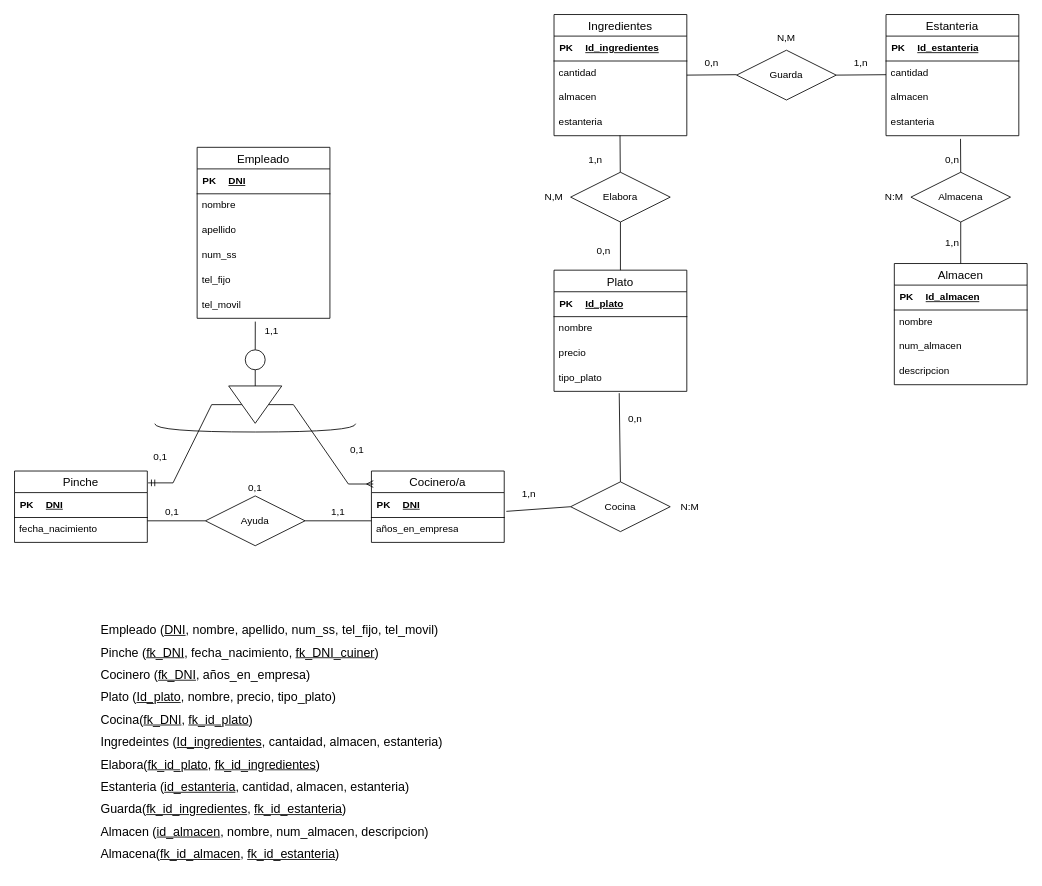
The draw.io diagram Ejercicio13.drawio in Daninuro/diagrames-cvf-dn-mpl-n-11102023, before the edit. Source tidied: cells renumbered, new cells numbered last; positions are measured from the earlier drawing's top-left corner, leaving out a move shared by most shapes. Both pictures are drawn from the tidied source at 83%, with x=0, y=0 at pixel (14, 14).
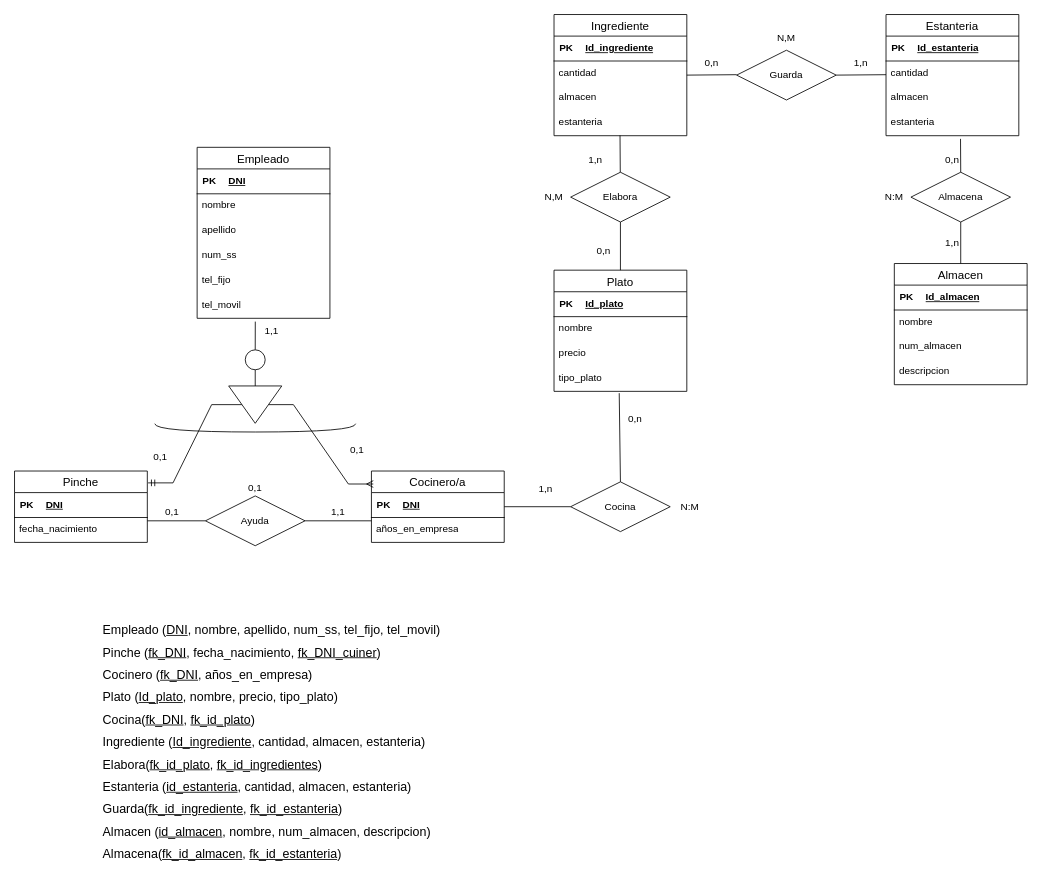
The same diagram, later.

The change refers to these unchanged cells:
```xml
<mxCell id="12" value="Cocinero/a" style="swimlane;fontStyle=0;horizontal=1;startSize=26;align=center;fontSize=14;" parent="1" vertex="1">
  <mxGeometry x="430" y="550" width="160" height="86" as="geometry" />
</mxCell>
<mxCell id="14" style="shape=tableRow;horizontal=0;startSize=0;swimlaneHead=0;swimlaneBody=0;fillColor=none;points=[[0,0.5],[1,0.5]];portConstraint=eastwest;top=0;left=0;right=0;bottom=1;" parent="13" vertex="1">
  <mxGeometry width="160" height="30" as="geometry" />
</mxCell>
<mxCell id="34" style="shape=tableRow;horizontal=0;startSize=0;swimlaneHead=0;swimlaneBody=0;fillColor=none;top=0;left=0;right=0;bottom=1;" parent="33" vertex="1">
  <mxGeometry width="160" height="30" as="geometry" />
</mxCell>
<mxCell id="67" value="Cocina" style="shape=rhombus;perimeter=rhombusPerimeter;whiteSpace=wrap;html=1;align=center;" parent="1" vertex="1">
  <mxGeometry x="670" y="563" width="120" height="60" as="geometry" />
</mxCell>
```

Change to the diagram source:
```diff
@@
-    <mxCell id="32" value="Ingredientes" style="swimlane;fontStyle=0;horizontal=1;startSize=26;align=center;fontSize=14;" parent="1" vertex="1">
+    <mxCell id="32" value="Ingrediente" style="swimlane;fontStyle=0;horizontal=1;startSize=26;align=center;fontSize=14;" parent="1" vertex="1">
       <mxGeometry x="650" width="160" height="146" as="geometry" />
     </mxCell>
@@
-    <mxCell id="36" value="Id_ingredientes" style="shape=partialRectangle;fillColor=none;top=0;left=0;bottom=0;right=0;align=left;spacingLeft=6;fontStyle=5;overflow=hidden;whiteSpace=wrap;html=1;" parent="34" vertex="1">
+    <mxCell id="36" value="Id_ingrediente" style="shape=partialRectangle;fillColor=none;top=0;left=0;bottom=0;right=0;align=left;spacingLeft=6;fontStyle=5;overflow=hidden;whiteSpace=wrap;html=1;" parent="34" vertex="1">
       <mxGeometry x="30" width="130" height="30" as="geometry" />
     </mxCell>
@@
     <mxCell id="68" value="1,n" style="text;html=1;strokeColor=none;fillColor=none;align=center;verticalAlign=middle;whiteSpace=wrap;rounded=0;" parent="1" vertex="1">
-      <mxGeometry x="590" y="563" width="60" height="30" as="geometry" />
+      <mxGeometry x="610" y="557" width="60" height="30" as="geometry" />
     </mxCell>
@@
-    <mxCell id="90" style="endArrow=none;html=1;rounded=0;entryX=1.016;entryY=0.753;entryDx=0;entryDy=0;exitX=0;exitY=0.5;exitDx=0;exitDy=0;entryPerimeter=0;" parent="1" edge="1" source="67" target="14">
+    <mxCell id="90" style="endArrow=none;html=1;rounded=0;entryX=1;entryY=0.5;entryDx=0;entryDy=0;exitX=0;exitY=0.5;exitDx=0;exitDy=0;" parent="1" edge="1" source="67" target="12">
       <mxGeometry relative="1" as="geometry" />
     </mxCell>
@@
-    <mxCell id="92" value="&lt;div style=&quot;text-align: justify; line-height: 180%; font-size: 15px;&quot;&gt;&lt;span style=&quot;background-color: initial;&quot;&gt;&lt;font style=&quot;font-size: 15px;&quot;&gt;Empleado (&lt;u style=&quot;&quot;&gt;DNI&lt;/u&gt;, nombre, apellido, num_ss, tel_fijo, tel_movil)&lt;/font&gt;&lt;/span&gt;&lt;/div&gt;&lt;div style=&quot;text-align: justify; line-height: 180%; font-size: 15px;&quot;&gt;&lt;span style=&quot;background-color: initial;&quot;&gt;&lt;font style=&quot;font-size: 15px;&quot;&gt;Pinche (&lt;u&gt;fk_DNI&lt;/u&gt;, fecha_nacimiento, &lt;u&gt;fk_DNI_cuiner&lt;/u&gt;)&lt;/font&gt;&lt;/span&gt;&lt;/div&gt;&lt;div style=&quot;text-align: justify; line-height: 180%; font-size: 15px;&quot;&gt;&lt;span style=&quot;background-color: initial;&quot;&gt;&lt;font style=&quot;font-size: 15px;&quot;&gt;Cocinero (&lt;u&gt;fk_DNI&lt;/u&gt;, años_en_empresa)&lt;/font&gt;&lt;/span&gt;&lt;/div&gt;&lt;div style=&quot;text-align: justify; line-height: 180%; font-size: 15px;&quot;&gt;&lt;span style=&quot;background-color: initial;&quot;&gt;&lt;font style=&quot;font-size: 15px;&quot;&gt;Plato (&lt;u&gt;Id_plato&lt;/u&gt;, nombre, precio, tipo_plato)&lt;/font&gt;&lt;/span&gt;&lt;/div&gt;&lt;div style=&quot;text-align: justify; line-height: 180%; font-size: 15px;&quot;&gt;&lt;font style=&quot;font-size: 15px;&quot;&gt;Cocina(&lt;u style=&quot;border-color: var(--border-color);&quot;&gt;fk_DNI&lt;/u&gt;,&amp;nbsp;&lt;u style=&quot;border-color: var(--border-color);&quot;&gt;fk_id_plato&lt;/u&gt;)&lt;/font&gt;&lt;/div&gt;&lt;div style=&quot;text-align: justify; line-height: 180%; font-size: 15px;&quot;&gt;&lt;span style=&quot;background-color: initial;&quot;&gt;&lt;font style=&quot;font-size: 15px;&quot;&gt;Ingredeintes (&lt;u&gt;Id_ingredientes&lt;/u&gt;, cantaidad, almacen, estanteria)&lt;/font&gt;&lt;/span&gt;&lt;/div&gt;&lt;div style=&quot;text-align: justify; line-height: 180%; font-size: 15px;&quot;&gt;&lt;font style=&quot;font-size: 15px;&quot;&gt;Elabora(&lt;u&gt;fk_id_plato&lt;/u&gt;, &lt;u&gt;fk_id_ingredientes&lt;/u&gt;)&lt;span style=&quot;background-color: initial;&quot;&gt;&lt;font style=&quot;font-size: 15px;&quot;&gt;&lt;br&gt;&lt;/font&gt;&lt;/span&gt;&lt;/font&gt;&lt;/div&gt;&lt;div style=&quot;text-align: justify; line-height: 180%; font-size: 15px;&quot;&gt;&lt;span style=&quot;background-color: initial;&quot;&gt;&lt;font style=&quot;font-size: 15px;&quot;&gt;Estanteria (&lt;u&gt;id_estanteria&lt;/u&gt;, cantidad, almacen, estanteria)&lt;/font&gt;&lt;/span&gt;&lt;/div&gt;&lt;div style=&quot;text-align: justify; line-height: 180%; font-size: 15px;&quot;&gt;&lt;span style=&quot;background-color: initial;&quot;&gt;&lt;font style=&quot;font-size: 15px;&quot;&gt;Guarda(&lt;u&gt;fk_id_ingredientes&lt;/u&gt;, &lt;u&gt;fk_id_estanteria&lt;/u&gt;)&lt;/font&gt;&lt;/span&gt;&lt;/div&gt;&lt;div style=&quot;text-align: justify; line-height: 180%; font-size: 15px;&quot;&gt;&lt;span style=&quot;background-color: initial;&quot;&gt;&lt;font style=&quot;font-size: 15px;&quot;&gt;Almacen (&lt;u&gt;id_almacen&lt;/u&gt;, nombre, num_almacen, descripcion)&lt;/font&gt;&lt;/span&gt;&lt;/div&gt;&lt;div style=&quot;text-align: justify; line-height: 180%; font-size: 15px;&quot;&gt;&lt;span style=&quot;background-color: initial;&quot;&gt;&lt;font style=&quot;font-size: 15px;&quot;&gt;Almacena(&lt;u style=&quot;&quot;&gt;fk_id_almacen&lt;/u&gt;, &lt;u style=&quot;&quot;&gt;fk_id_estanteria&lt;/u&gt;)&lt;/font&gt;&lt;/span&gt;&lt;/div&gt;" style="text;html=1;strokeColor=none;fillColor=none;align=center;verticalAlign=middle;whiteSpace=wrap;rounded=0;" parent="1" vertex="1">
+    <mxCell id="92" value="&lt;div style=&quot;text-align: justify; line-height: 180%; font-size: 15px;&quot;&gt;&lt;span style=&quot;background-color: initial;&quot;&gt;&lt;font style=&quot;font-size: 15px;&quot;&gt;Empleado (&lt;u style=&quot;&quot;&gt;DNI&lt;/u&gt;, nombre, apellido, num_ss, tel_fijo, tel_movil)&lt;/font&gt;&lt;/span&gt;&lt;/div&gt;&lt;div style=&quot;text-align: justify; line-height: 180%; font-size: 15px;&quot;&gt;&lt;span style=&quot;background-color: initial;&quot;&gt;&lt;font style=&quot;font-size: 15px;&quot;&gt;Pinche (&lt;u&gt;fk_DNI&lt;/u&gt;, fecha_nacimiento, &lt;u&gt;fk_DNI_cuiner&lt;/u&gt;)&lt;/font&gt;&lt;/span&gt;&lt;/div&gt;&lt;div style=&quot;text-align: justify; line-height: 180%; font-size: 15px;&quot;&gt;&lt;span style=&quot;background-color: initial;&quot;&gt;&lt;font style=&quot;font-size: 15px;&quot;&gt;Cocinero (&lt;u&gt;fk_DNI&lt;/u&gt;, años_en_empresa)&lt;/font&gt;&lt;/span&gt;&lt;/div&gt;&lt;div style=&quot;text-align: justify; line-height: 180%; font-size: 15px;&quot;&gt;&lt;span style=&quot;background-color: initial;&quot;&gt;&lt;font style=&quot;font-size: 15px;&quot;&gt;Plato (&lt;u&gt;Id_plato&lt;/u&gt;, nombre, precio, tipo_plato)&lt;/font&gt;&lt;/span&gt;&lt;/div&gt;&lt;div style=&quot;text-align: justify; line-height: 180%; font-size: 15px;&quot;&gt;&lt;font style=&quot;font-size: 15px;&quot;&gt;Cocina(&lt;u style=&quot;border-color: var(--border-color);&quot;&gt;fk_DNI&lt;/u&gt;,&amp;nbsp;&lt;u style=&quot;border-color: var(--border-color);&quot;&gt;fk_id_plato&lt;/u&gt;)&lt;/font&gt;&lt;/div&gt;&lt;div style=&quot;text-align: justify; line-height: 180%; font-size: 15px;&quot;&gt;&lt;span style=&quot;background-color: initial;&quot;&gt;&lt;font style=&quot;font-size: 15px;&quot;&gt;Ingrediente (&lt;u&gt;Id_ingrediente&lt;/u&gt;, cantidad, almacen, estanteria)&lt;/font&gt;&lt;/span&gt;&lt;/div&gt;&lt;div style=&quot;text-align: justify; line-height: 180%; font-size: 15px;&quot;&gt;&lt;font style=&quot;font-size: 15px;&quot;&gt;Elabora(&lt;u&gt;fk_id_plato&lt;/u&gt;, &lt;u&gt;fk_id_ingredientes&lt;/u&gt;)&lt;span style=&quot;background-color: initial;&quot;&gt;&lt;font style=&quot;font-size: 15px;&quot;&gt;&lt;br&gt;&lt;/font&gt;&lt;/span&gt;&lt;/font&gt;&lt;/div&gt;&lt;div style=&quot;text-align: justify; line-height: 180%; font-size: 15px;&quot;&gt;&lt;span style=&quot;background-color: initial;&quot;&gt;&lt;font style=&quot;font-size: 15px;&quot;&gt;Estanteria (&lt;u&gt;id_estanteria&lt;/u&gt;, cantidad, almacen, estanteria)&lt;/font&gt;&lt;/span&gt;&lt;/div&gt;&lt;div style=&quot;text-align: justify; line-height: 180%; font-size: 15px;&quot;&gt;&lt;span style=&quot;background-color: initial;&quot;&gt;&lt;font style=&quot;font-size: 15px;&quot;&gt;Guarda(&lt;u&gt;fk_id_ingrediente&lt;/u&gt;, &lt;u&gt;fk_id_estanteria&lt;/u&gt;)&lt;/font&gt;&lt;/span&gt;&lt;/div&gt;&lt;div style=&quot;text-align: justify; line-height: 180%; font-size: 15px;&quot;&gt;&lt;span style=&quot;background-color: initial;&quot;&gt;&lt;font style=&quot;font-size: 15px;&quot;&gt;Almacen (&lt;u&gt;id_almacen&lt;/u&gt;, nombre, num_almacen, descripcion)&lt;/font&gt;&lt;/span&gt;&lt;/div&gt;&lt;div style=&quot;text-align: justify; line-height: 180%; font-size: 15px;&quot;&gt;&lt;span style=&quot;background-color: initial;&quot;&gt;&lt;font style=&quot;font-size: 15px;&quot;&gt;Almacena(&lt;u style=&quot;&quot;&gt;fk_id_almacen&lt;/u&gt;, &lt;u style=&quot;&quot;&gt;fk_id_estanteria&lt;/u&gt;)&lt;/font&gt;&lt;/span&gt;&lt;/div&gt;" style="text;html=1;strokeColor=none;fillColor=none;align=center;verticalAlign=middle;whiteSpace=wrap;rounded=0;" parent="1" vertex="1">
       <mxGeometry x="29" y="718" width="562" height="315" as="geometry" />
     </mxCell>
```
